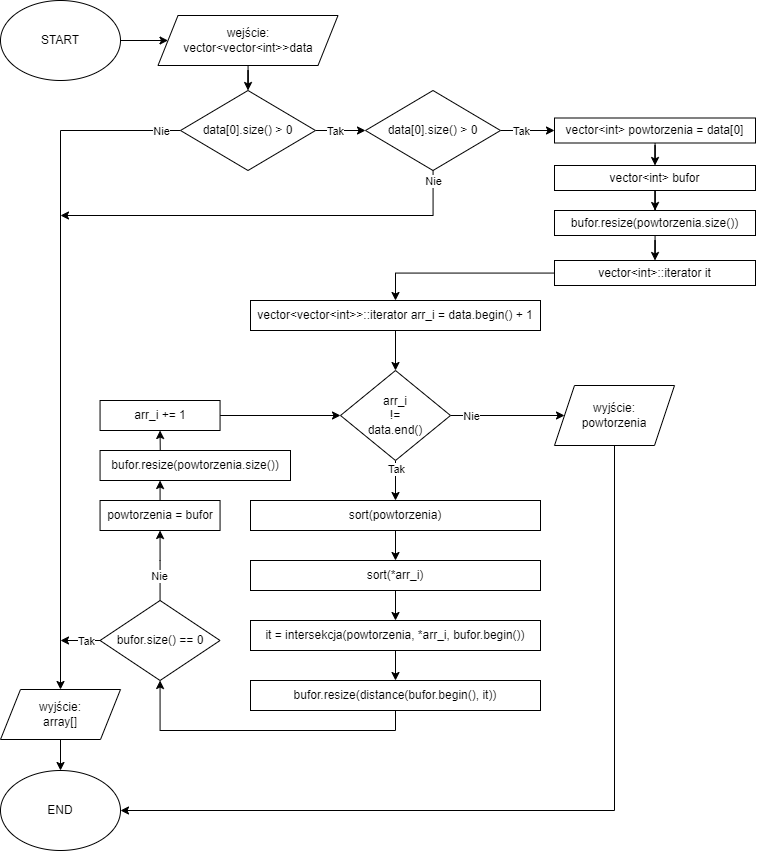
ReijiY/AiSD-Pro1 keeps this draw.io diagram as flowcharts/schemat 2.png. Above is the earlier version. Source tidied: cells renumbered, new cells last; positions are measured from the earlier drawing's top-left corner, leaving out a move shared by most shapes.
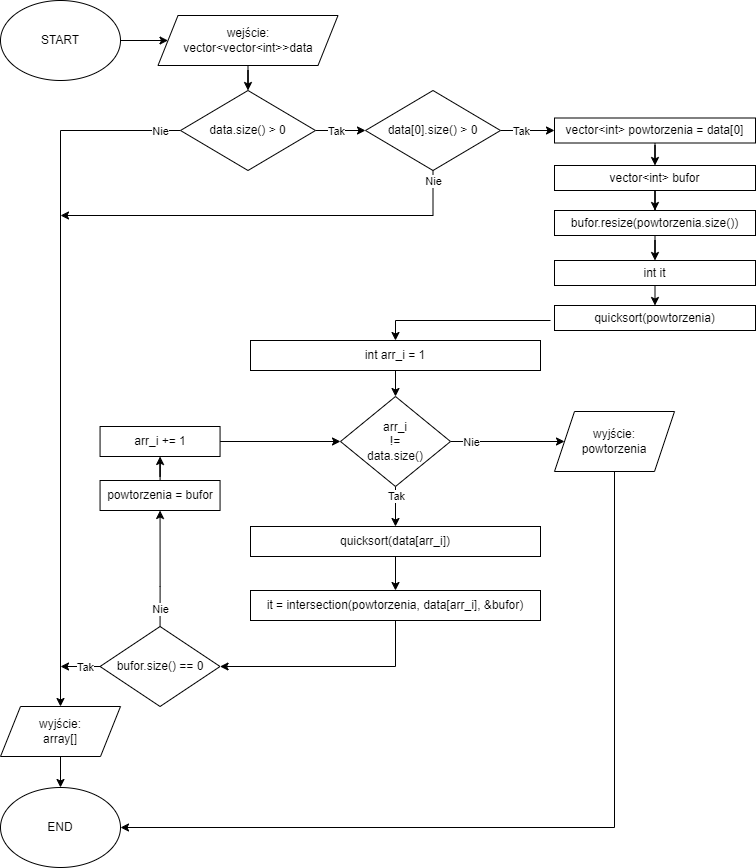
Later version of the same file.

What changed in the source:
```diff
@@ -9,7 +9,7 @@
       <mxGeometry width="120" height="80" as="geometry" />
     </mxCell>
     <mxCell id="4" value="END" style="ellipse;whiteSpace=wrap;html=1;" parent="1" vertex="1">
-      <mxGeometry y="770" width="120" height="80" as="geometry" />
+      <mxGeometry y="787" width="120" height="80" as="geometry" />
     </mxCell>
     <mxCell id="5" style="edgeStyle=orthogonalEdgeStyle;rounded=0;jettySize=auto;html=1;entryX=0.5;entryY=0;entryDx=0;entryDy=0;" parent="1" edge="1" source="6" target="46">
       <mxGeometry relative="1" as="geometry" />
@@ -37,13 +37,13 @@
       <mxGeometry relative="1" as="geometry" />
     </mxCell>
     <mxCell id="12" value="wyjście:&lt;br&gt;array[]" style="shape=parallelogram;perimeter=parallelogramPerimeter;whiteSpace=wrap;html=1;fixedSize=1;" parent="1" vertex="1">
-      <mxGeometry y="689" width="120" height="50" as="geometry" />
+      <mxGeometry y="706" width="120" height="50" as="geometry" />
     </mxCell>
     <mxCell id="13" style="edgeStyle=orthogonalEdgeStyle;rounded=0;jettySize=auto;html=1;" parent="1" edge="1" source="14" target="19">
       <mxGeometry relative="1" as="geometry" />
     </mxCell>
-    <mxCell id="14" value="vector&amp;lt;vector&amp;lt;int&amp;gt;&amp;gt;::iterator arr_i = data.begin() + 1" style="rounded=0;whiteSpace=wrap;html=1;" parent="1" vertex="1">
-      <mxGeometry x="250" y="300" width="290" height="30" as="geometry" />
+    <mxCell id="14" value="int arr_i = 1" style="rounded=0;whiteSpace=wrap;html=1;" parent="1" vertex="1">
+      <mxGeometry x="250" y="340" width="290" height="30" as="geometry" />
     </mxCell>
     <mxCell id="15" style="edgeStyle=orthogonalEdgeStyle;rounded=0;jettySize=auto;html=1;" parent="1" edge="1" source="19" target="23">
       <mxGeometry relative="1" as="geometry" />
@@ -61,64 +61,61 @@
         <mxPoint x="9" as="offset" />
       </mxGeometry>
     </mxCell>
-    <mxCell id="19" value="arr_i&lt;br&gt;!=&lt;br&gt;data.end()" style="rhombus;whiteSpace=wrap;html=1;" parent="1" vertex="1">
-      <mxGeometry x="340" y="370" width="110" height="90" as="geometry" />
+    <mxCell id="19" value="arr_i&lt;br&gt;!=&lt;br&gt;data.size()" style="rhombus;whiteSpace=wrap;html=1;" parent="1" vertex="1">
+      <mxGeometry x="340" y="396" width="110" height="90" as="geometry" />
     </mxCell>
     <mxCell id="20" style="edgeStyle=orthogonalEdgeStyle;rounded=0;jettySize=auto;html=1;entryX=0;entryY=0.5;entryDx=0;entryDy=0;" parent="1" edge="1" source="21" target="19">
       <mxGeometry relative="1" as="geometry" />
     </mxCell>
     <mxCell id="21" value="arr_i += 1" style="rounded=0;whiteSpace=wrap;html=1;" parent="1" vertex="1">
-      <mxGeometry x="99.6" y="400" width="120" height="30" as="geometry" />
+      <mxGeometry x="99.6" y="426" width="120" height="30" as="geometry" />
     </mxCell>
-    <mxCell id="22" style="edgeStyle=orthogonalEdgeStyle;rounded=0;jettySize=auto;html=1;entryX=0.5;entryY=0;entryDx=0;entryDy=0;" parent="1" edge="1" source="23" target="50">
-      <mxGeometry relative="1" as="geometry" />
-    </mxCell>
+    <mxCell id="55" style="edgeStyle=orthogonalEdgeStyle;rounded=0;jettySize=auto;html=1;exitX=0.5;exitY=1;exitDx=0;exitDy=0;entryX=0.5;entryY=0;entryDx=0;entryDy=0;" parent="1" edge="1" source="23" target="52">
+      <mxGeometry relative="1" as="geometry" />
+    </mxCell>
-    <mxCell id="23" value="sort(powtorzenia)" style="rounded=0;whiteSpace=wrap;html=1;" parent="1" vertex="1">
-      <mxGeometry x="250" y="500" width="290" height="30" as="geometry" />
+    <mxCell id="23" value="quicksort(data[arr_i])" style="rounded=0;whiteSpace=wrap;html=1;" parent="1" vertex="1">
+      <mxGeometry x="250" y="526" width="290" height="30" as="geometry" />
     </mxCell>
     <mxCell id="24" style="edgeStyle=orthogonalEdgeStyle;rounded=0;jettySize=auto;html=1;entryX=0.5;entryY=1;entryDx=0;entryDy=0;exitX=0.5;exitY=0;exitDx=0;exitDy=0;" parent="1" edge="1" source="28" target="30">
       <mxGeometry relative="1" as="geometry">
         <Array as="points">
-          <mxPoint x="159.6" y="560" />
-          <mxPoint x="159.6" y="560" />
+          <mxPoint x="159.6" y="586" />
+          <mxPoint x="159.6" y="586" />
         </Array>
       </mxGeometry>
     </mxCell>
     <mxCell id="25" value="Nie" style="edgeLabel;html=1;align=center;verticalAlign=middle;" parent="24" vertex="1">
-      <mxGeometry x="-0.31" y="1" relative="1" as="geometry" />
+      <mxGeometry x="-0.31" y="1" relative="1" as="geometry">
+        <mxPoint x="1" y="22" as="offset" />
+      </mxGeometry>
     </mxCell>
     <mxCell id="26" style="edgeStyle=orthogonalEdgeStyle;rounded=0;jettySize=auto;html=1;" parent="1" edge="1" source="28">
       <mxGeometry relative="1" as="geometry">
-        <mxPoint x="60" y="640" as="targetPoint" />
+        <mxPoint x="60" y="666" as="targetPoint" />
       </mxGeometry>
     </mxCell>
     <mxCell id="27" value="Tak" style="edgeLabel;html=1;align=center;verticalAlign=middle;" parent="26" vertex="1">
       <mxGeometry x="-0.28" relative="1" as="geometry" />
     </mxCell>
     <mxCell id="28" value="bufor.size() == 0" style="rhombus;whiteSpace=wrap;html=1;" parent="1" vertex="1">
-      <mxGeometry x="99.6" y="600" width="120" height="80" as="geometry" />
+      <mxGeometry x="99.6" y="626" width="120" height="80" as="geometry" />
     </mxCell>
-    <mxCell id="29" style="edgeStyle=orthogonalEdgeStyle;rounded=0;jettySize=auto;html=1;entryX=0.318;entryY=0.984;entryDx=0;entryDy=0;entryPerimeter=0;" parent="1" edge="1" source="30" target="32">
+    <mxCell id="29" style="edgeStyle=orthogonalEdgeStyle;rounded=0;jettySize=auto;html=1;entryX=0.5;entryY=1;entryDx=0;entryDy=0;" parent="1" edge="1" source="30" target="21">
       <mxGeometry relative="1" as="geometry" />
     </mxCell>
     <mxCell id="30" value="powtorzenia = bufor" style="rounded=0;whiteSpace=wrap;html=1;" parent="1" vertex="1">
-      <mxGeometry x="99.6" y="500" width="120" height="30" as="geometry" />
+      <mxGeometry x="99.6" y="480" width="120" height="30" as="geometry" />
     </mxCell>
-    <mxCell id="31" style="edgeStyle=orthogonalEdgeStyle;rounded=0;jettySize=auto;html=1;entryX=0.5;entryY=1;entryDx=0;entryDy=0;exitX=0.316;exitY=0.002;exitDx=0;exitDy=0;exitPerimeter=0;" parent="1" edge="1" source="32" target="21">
-      <mxGeometry relative="1" as="geometry" />
-    </mxCell>
-    <mxCell id="32" value="bufor.resize(powtorzenia.size())" style="rounded=0;whiteSpace=wrap;html=1;" parent="1" vertex="1">
-      <mxGeometry x="99.6" y="450" width="190.4" height="30" as="geometry" />
-    </mxCell>
-    <mxCell id="33" style="edgeStyle=orthogonalEdgeStyle;rounded=0;jettySize=auto;html=1;entryX=1;entryY=0.5;entryDx=0;entryDy=0;exitX=0.5;exitY=1;exitDx=0;exitDy=0;" parent="1" edge="1" source="34" target="4">
+    <mxCell id="33" style="edgeStyle=orthogonalEdgeStyle;rounded=0;jettySize=auto;html=1;entryX=1;entryY=0.5;entryDx=0;entryDy=0;exitX=0.5;exitY=1;exitDx=0;exitDy=0;" parent="1" edge="1" target="4">
       <mxGeometry relative="1" as="geometry">
+        <mxPoint x="614" y="462" as="sourcePoint" />
         <Array as="points">
-          <mxPoint x="614" y="810" />
+          <mxPoint x="614" y="827" />
         </Array>
       </mxGeometry>
     </mxCell>
     <mxCell id="34" value="wyjście:&lt;br&gt;powtorzenia" style="shape=parallelogram;perimeter=parallelogramPerimeter;whiteSpace=wrap;html=1;fixedSize=1;" parent="1" vertex="1">
-      <mxGeometry x="554" y="385" width="120" height="60" as="geometry" />
+      <mxGeometry x="554" y="411" width="120" height="60" as="geometry" />
     </mxCell>
     <mxCell id="35" style="edgeStyle=orthogonalEdgeStyle;rounded=0;jettySize=auto;html=1;entryX=0.5;entryY=0;entryDx=0;entryDy=0;" parent="1" edge="1" source="36" target="38">
       <mxGeometry relative="1" as="geometry" />
@@ -132,10 +129,15 @@
     <mxCell id="38" value="vector&amp;lt;int&amp;gt; bufor" style="rounded=0;whiteSpace=wrap;html=1;" parent="1" vertex="1">
       <mxGeometry x="554" y="165" width="201" height="25" as="geometry" />
     </mxCell>
-    <mxCell id="39" style="edgeStyle=orthogonalEdgeStyle;rounded=0;jettySize=auto;html=1;" parent="1" edge="1" source="40" target="14">
-      <mxGeometry relative="1" as="geometry" />
+    <mxCell id="39" style="edgeStyle=orthogonalEdgeStyle;rounded=0;jettySize=auto;html=1;" parent="1" edge="1" target="14">
+      <mxGeometry relative="1" as="geometry">
+        <mxPoint x="550" y="320" as="sourcePoint" />
+      </mxGeometry>
     </mxCell>
+    <mxCell id="56" style="edgeStyle=orthogonalEdgeStyle;rounded=0;jettySize=auto;html=1;exitX=0.5;exitY=1;exitDx=0;exitDy=0;entryX=0.5;entryY=0;entryDx=0;entryDy=0;" parent="1" edge="1" source="40" target="58">
+      <mxGeometry relative="1" as="geometry" />
+    </mxCell>
-    <mxCell id="40" value="vector&amp;lt;int&amp;gt;::iterator it" style="rounded=0;whiteSpace=wrap;html=1;" parent="1" vertex="1">
+    <mxCell id="40" value="int it" style="rounded=0;whiteSpace=wrap;html=1;" parent="1" vertex="1">
       <mxGeometry x="554" y="260" width="201" height="25" as="geometry" />
     </mxCell>
     <mxCell id="41" style="edgeStyle=orthogonalEdgeStyle;rounded=0;jettySize=auto;html=1;entryX=0;entryY=0.5;entryDx=0;entryDy=0;" parent="1" edge="1" source="45" target="36">
@@ -160,7 +162,7 @@
     <mxCell id="45" value="data[0].size() &amp;gt; 0" style="rhombus;whiteSpace=wrap;html=1;" parent="1" vertex="1">
       <mxGeometry x="365" y="90" width="135" height="80" as="geometry" />
     </mxCell>
-    <mxCell id="46" value="data[0].size() &amp;gt; 0" style="rhombus;whiteSpace=wrap;html=1;" parent="1" vertex="1">
+    <mxCell id="46" value="data.size() &amp;gt; 0" style="rhombus;whiteSpace=wrap;html=1;" parent="1" vertex="1">
       <mxGeometry x="180" y="90" width="135" height="80" as="geometry" />
     </mxCell>
     <mxCell id="47" style="edgeStyle=orthogonalEdgeStyle;rounded=0;jettySize=auto;html=1;entryX=0.5;entryY=0;entryDx=0;entryDy=0;" parent="1" edge="1" source="48" target="40">
@@ -169,28 +171,14 @@
     <mxCell id="48" value="bufor.resize(powtorzenia.size())" style="rounded=0;whiteSpace=wrap;html=1;" parent="1" vertex="1">
       <mxGeometry x="554" y="210" width="201" height="25" as="geometry" />
     </mxCell>
-    <mxCell id="49" style="edgeStyle=orthogonalEdgeStyle;rounded=0;jettySize=auto;html=1;" parent="1" edge="1" source="50" target="52">
-      <mxGeometry relative="1" as="geometry" />
-    </mxCell>
-    <mxCell id="50" value="sort(*arr_i)" style="rounded=0;whiteSpace=wrap;html=1;" parent="1" vertex="1">
-      <mxGeometry x="250" y="560" width="290" height="30" as="geometry" />
-    </mxCell>
-    <mxCell id="51" style="edgeStyle=orthogonalEdgeStyle;rounded=0;jettySize=auto;html=1;entryX=0.5;entryY=0;entryDx=0;entryDy=0;" parent="1" edge="1" source="52" target="54">
-      <mxGeometry relative="1" as="geometry" />
-    </mxCell>
+    <mxCell id="57" style="edgeStyle=orthogonalEdgeStyle;rounded=0;jettySize=auto;html=1;exitX=0.5;exitY=1;exitDx=0;exitDy=0;entryX=1;entryY=0.5;entryDx=0;entryDy=0;" parent="1" edge="1" source="52" target="28">
+      <mxGeometry relative="1" as="geometry" />
+    </mxCell>
-    <mxCell id="52" value="it = intersekcja(powtorzenia, *arr_i, bufor.begin())" style="rounded=0;whiteSpace=wrap;html=1;" parent="1" vertex="1">
-      <mxGeometry x="250" y="620" width="290" height="30" as="geometry" />
+    <mxCell id="52" value="it = intersection(powtorzenia, data[arr_i], &amp;amp;bufor)" style="rounded=0;whiteSpace=wrap;html=1;" parent="1" vertex="1">
+      <mxGeometry x="250" y="590" width="290" height="30" as="geometry" />
     </mxCell>
-    <mxCell id="53" style="edgeStyle=orthogonalEdgeStyle;rounded=0;jettySize=auto;html=1;entryX=0.5;entryY=1;entryDx=0;entryDy=0;" parent="1" edge="1" source="54" target="28">
-      <mxGeometry relative="1" as="geometry">
-        <Array as="points">
-          <mxPoint x="395" y="730" />
-          <mxPoint x="160" y="730" />
-        </Array>
-      </mxGeometry>
-    </mxCell>
-    <mxCell id="54" value="bufor.resize(distance(bufor.begin(), it))" style="rounded=0;whiteSpace=wrap;html=1;" parent="1" vertex="1">
-      <mxGeometry x="250" y="680" width="290" height="30" as="geometry" />
-    </mxCell>
+    <mxCell id="58" value="quicksort(powtorzenia)" style="rounded=0;whiteSpace=wrap;html=1;" parent="1" vertex="1">
+      <mxGeometry x="554" y="305" width="201" height="25" as="geometry" />
+    </mxCell>
   </root>
 </mxGraphModel>
```
